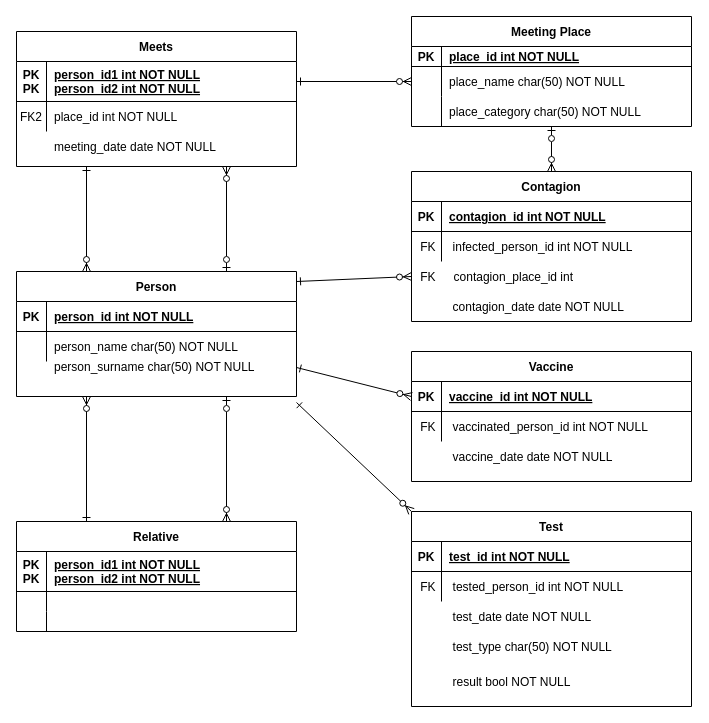
This is relational_model_covid_diagram.drawio from bohbohb/COVID-19-Neo4j, a draw.io file, before an edit. Source tidied: cells renumbered, new cells numbered last; positions are measured from the earlier drawing's top-left corner, leaving out a move shared by most shapes. Both pictures are drawn from the tidied source at 100%, with x=0, y=0 at pixel (16, 16).
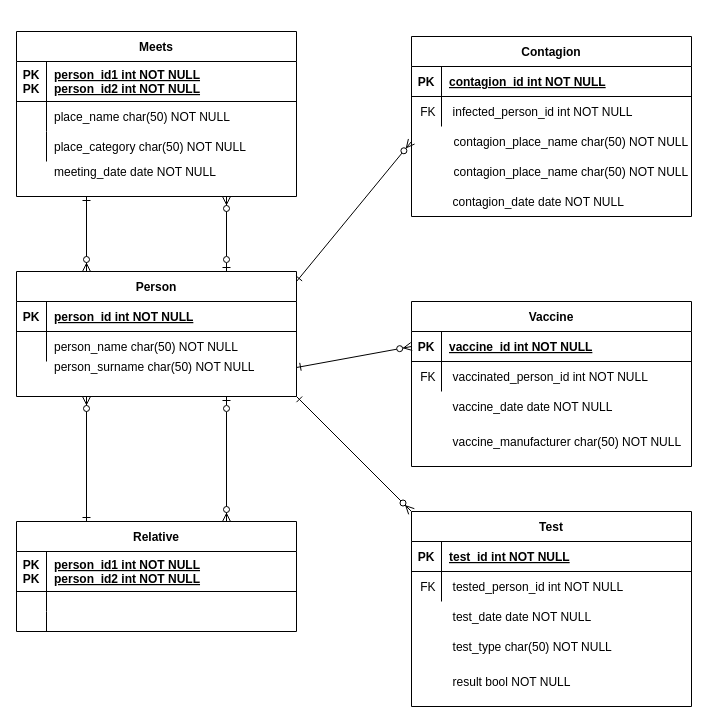
Above is the later version.

Commit message (it also covers changes not shown here):
changed the model and some queries

The change refers to these unchanged cells:
```xml
<mxCell id="5" style="shape=partialRectangle;fillColor=none;points=[[0,0.5],[1,0.5]];portConstraint=eastwest;top=0;left=0;right=0;bottom=1;" parent="4" vertex="1">
  <mxGeometry y="30" width="280" height="40" as="geometry" />
</mxCell>
<mxCell id="21" value="Person" style="shape=table;startSize=30;childLayout=tableLayout;rowLines=0;fontStyle=1;align=center;" parent="1" vertex="1">
  <mxGeometry y="255" width="280" height="125" as="geometry" />
</mxCell>
<mxCell id="73" value="Test" style="shape=table;startSize=30;childLayout=tableLayout;rowLines=0;fontStyle=1;align=center;" parent="1" vertex="1">
  <mxGeometry x="395" y="495" width="280" height="195" as="geometry" />
</mxCell>
```

Change to the diagram source:
```diff
@@
-    <mxCell id="3" style="endArrow=ERzeroToMany;startArrow=ERone;endFill=1;startFill=0;" parent="1" edge="1" source="5" target="15">
-      <mxGeometry relative="1" as="geometry" />
-    </mxCell>
     <mxCell id="4" value="Meets" style="shape=table;startSize=30;childLayout=tableLayout;rowLines=0;fontStyle=1;align=center;" parent="1" vertex="1">
-      <mxGeometry y="15" width="280" height="135" as="geometry" />
+      <mxGeometry y="15" width="280" height="165" as="geometry" />
     </mxCell>
@@
+    <mxCell id="97" style="shape=partialRectangle;fillColor=none;top=0;left=0;right=0;bottom=0;" parent="4" vertex="1">
+      <mxGeometry y="70" width="280" height="30" as="geometry" />
+    </mxCell>
+    <mxCell id="98" style="shape=partialRectangle;overflow=hidden;fillColor=none;top=0;left=0;bottom=0;right=0;" parent="97" vertex="1">
+      <mxGeometry width="30" height="30" as="geometry" />
+    </mxCell>
+    <mxCell id="17" value="place_name char(50) NOT NULL" style="shape=partialRectangle;overflow=hidden;fillColor=none;top=0;left=0;bottom=0;right=0;align=left;spacingLeft=6;" parent="97" vertex="1">
+      <mxGeometry x="30" width="250" height="30" as="geometry" />
+    </mxCell>
     <mxCell id="8" style="shape=partialRectangle;fillColor=none;top=0;left=0;right=0;bottom=0;" parent="4" vertex="1">
-      <mxGeometry y="70" width="280" height="30" as="geometry" />
+      <mxGeometry y="100" width="280" height="30" as="geometry" />
     </mxCell>
-    <mxCell id="9" value="FK2" style="shape=partialRectangle;overflow=hidden;fillColor=none;top=0;left=0;bottom=0;right=0;" parent="8" vertex="1">
+    <mxCell id="9" style="shape=partialRectangle;overflow=hidden;fillColor=none;top=0;left=0;bottom=0;right=0;" parent="8" vertex="1">
       <mxGeometry width="30" height="30" as="geometry" />
     </mxCell>
-    <mxCell id="10" value="place_id int NOT NULL" style="shape=partialRectangle;overflow=hidden;fillColor=none;top=0;left=0;bottom=0;right=0;align=left;spacingLeft=6;" parent="8" vertex="1">
+    <mxCell id="10" value="place_category char(50) NOT NULL" style="shape=partialRectangle;overflow=hidden;fillColor=none;top=0;left=0;bottom=0;right=0;align=left;spacingLeft=6;" parent="8" vertex="1">
       <mxGeometry x="30" width="250" height="30" as="geometry" />
     </mxCell>
-    <mxCell id="11" value="Meeting Place" style="shape=table;startSize=30;childLayout=tableLayout;rowLines=0;fontStyle=1;align=center;" parent="1" vertex="1">
-      <mxGeometry x="395" width="280" height="110" as="geometry" />
-    </mxCell>
-    <mxCell id="12" style="shape=partialRectangle;fillColor=none;top=0;left=0;right=0;bottom=1;" parent="11" vertex="1">
-      <mxGeometry y="30" width="280" height="20" as="geometry" />
-    </mxCell>
-    <mxCell id="13" value="PK" style="shape=partialRectangle;overflow=hidden;fillColor=none;top=0;left=0;bottom=0;right=0;fontStyle=1;" parent="12" vertex="1">
-      <mxGeometry width="30" height="20" as="geometry" />
-    </mxCell>
-    <mxCell id="14" value="place_id int NOT NULL " style="shape=partialRectangle;overflow=hidden;fillColor=none;top=0;left=0;bottom=0;right=0;align=left;spacingLeft=6;fontStyle=5;" parent="12" vertex="1">
-      <mxGeometry x="30" width="250" height="20" as="geometry" />
-    </mxCell>
-    <mxCell id="15" style="shape=partialRectangle;fillColor=none;points=[[0,0.5],[1,0.5]];portConstraint=eastwest;top=0;left=0;right=0;bottom=0;" parent="11" vertex="1">
-      <mxGeometry y="50" width="280" height="30" as="geometry" />
-    </mxCell>
-    <mxCell id="16" style="shape=partialRectangle;overflow=hidden;fillColor=none;top=0;left=0;bottom=0;right=0;" parent="15" vertex="1">
-      <mxGeometry width="30" height="30" as="geometry" />
-    </mxCell>
-    <mxCell id="17" value="place_name char(50) NOT NULL" style="shape=partialRectangle;overflow=hidden;fillColor=none;top=0;left=0;bottom=0;right=0;align=left;spacingLeft=6;" parent="15" vertex="1">
-      <mxGeometry x="30" width="250" height="30" as="geometry" />
-    </mxCell>
-    <mxCell id="18" style="shape=partialRectangle;fillColor=none;points=[[0,0.5],[1,0.5]];portConstraint=eastwest;top=0;left=0;right=0;bottom=0;" parent="11" vertex="1">
-      <mxGeometry y="80" width="280" height="30" as="geometry" />
-    </mxCell>
-    <mxCell id="19" style="shape=partialRectangle;overflow=hidden;fillColor=none;top=0;left=0;bottom=0;right=0;" parent="18" vertex="1">
-      <mxGeometry width="30" height="30" as="geometry" />
-    </mxCell>
-    <mxCell id="20" value="place_category char(50) NOT NULL" style="shape=partialRectangle;overflow=hidden;fillColor=none;top=0;left=0;bottom=0;right=0;align=left;spacingLeft=6;" parent="18" vertex="1">
-      <mxGeometry x="30" width="250" height="30" as="geometry" />
-    </mxCell>
@@
     <mxCell id="40" style="shape=partialRectangle;fillColor=none;top=0;left=0;right=0;bottom=0;" parent="1" vertex="1">
-      <mxGeometry y="115" width="250" height="30" as="geometry" />
+      <mxGeometry y="140" width="250" height="30" as="geometry" />
     </mxCell>
@@
     <mxCell id="45" value="Contagion" style="shape=table;startSize=30;childLayout=tableLayout;rowLines=0;fontStyle=1;align=center;" parent="1" vertex="1">
-      <mxGeometry x="395" y="155" width="280" height="150" as="geometry" />
+      <mxGeometry x="395" y="20" width="280" height="180" as="geometry" />
     </mxCell>
@@
     <mxCell id="52" style="shape=partialRectangle;fillColor=none;top=0;left=0;right=0;bottom=0;" parent="1" vertex="1">
-      <mxGeometry x="395" y="215" width="280" height="30" as="geometry" />
+      <mxGeometry x="395" y="80" width="280" height="30" as="geometry" />
     </mxCell>
@@
     <mxCell id="55" style="shape=partialRectangle;fillColor=none;points=[[0,0.5],[1,0.5]];portConstraint=eastwest;top=0;left=0;right=0;bottom=0;" parent="1" vertex="1">
-      <mxGeometry x="395" y="245" width="280" height="30" as="geometry" />
+      <mxGeometry x="395" y="110" width="280" height="30" as="geometry" />
     </mxCell>
-    <mxCell id="56" value="FK" style="shape=partialRectangle;overflow=hidden;fillColor=none;top=0;left=0;bottom=0;right=0;" parent="55" vertex="1">
+    <mxCell id="56" style="shape=partialRectangle;overflow=hidden;fillColor=none;top=0;left=0;bottom=0;right=0;" parent="55" vertex="1">
       <mxGeometry width="33.6" height="30" as="geometry" />
     </mxCell>
-    <mxCell id="57" value="contagion_place_id int" style="shape=partialRectangle;overflow=hidden;fillColor=none;top=0;left=0;bottom=0;right=0;align=left;spacingLeft=6;" parent="55" vertex="1">
+    <mxCell id="57" value="contagion_place_name char(50) NOT NULL" style="shape=partialRectangle;overflow=hidden;fillColor=none;top=0;left=0;bottom=0;right=0;align=left;spacingLeft=6;" parent="55" vertex="1">
       <mxGeometry x="34.6" width="246.4" height="30" as="geometry" />
     </mxCell>
-    <mxCell id="58" style="endArrow=ERzeroToMany;startArrow=ERone;endFill=1;startFill=0;" parent="1" edge="1">
+    <mxCell id="58" style="endArrow=ERzeroToMany;startArrow=ERone;endFill=1;startFill=0;entryX=0;entryY=0.5;entryDx=0;entryDy=0;" parent="1" edge="1" target="55">
       <mxGeometry relative="1" as="geometry">
         <mxPoint x="280" y="265" as="sourcePoint" />
-        <mxPoint x="395" y="260" as="targetPoint" />
       </mxGeometry>
     </mxCell>
     <mxCell id="59" value="Vaccine" style="shape=table;startSize=30;childLayout=tableLayout;rowLines=0;fontStyle=1;align=center;" parent="1" vertex="1">
-      <mxGeometry x="395" y="335" width="280" height="130" as="geometry" />
+      <mxGeometry x="395" y="285" width="280" height="165" as="geometry" />
     </mxCell>
@@
     <mxCell id="66" style="shape=partialRectangle;fillColor=none;top=0;left=0;right=0;bottom=0;" parent="1" vertex="1">
-      <mxGeometry x="395" y="395" width="280" height="30" as="geometry" />
+      <mxGeometry x="395" y="345" width="280" height="30" as="geometry" />
     </mxCell>
@@
     <mxCell id="69" style="shape=partialRectangle;fillColor=none;top=0;left=0;right=0;bottom=0;" parent="1" vertex="1">
-      <mxGeometry x="395" y="425" width="280" height="30" as="geometry" />
+      <mxGeometry x="395" y="375" width="280" height="30" as="geometry" />
     </mxCell>
@@
-    <mxCell id="86" style="endArrow=ERzeroToMany;startArrow=ERone;endFill=1;startFill=0;exitX=1.011;exitY=0.065;exitDx=0;exitDy=0;entryX=0;entryY=0;entryDx=0;entryDy=0;exitPerimeter=0;" parent="1" edge="1" target="73">
-      <mxGeometry relative="1" as="geometry">
-        <mxPoint x="280" y="386" as="sourcePoint" />
-      </mxGeometry>
+    <mxCell id="86" style="endArrow=ERzeroToMany;startArrow=ERone;endFill=1;startFill=0;exitX=1;exitY=1;exitDx=0;exitDy=0;entryX=0;entryY=0;entryDx=0;entryDy=0;" parent="1" edge="1" source="21" target="73">
+      <mxGeometry relative="1" as="geometry" />
     </mxCell>
@@
     <mxCell id="90" style="shape=partialRectangle;fillColor=none;top=0;left=0;right=0;bottom=0;" parent="1" vertex="1">
-      <mxGeometry x="395" y="275" width="280" height="30" as="geometry" />
+      <mxGeometry x="395" y="170" width="280" height="30" as="geometry" />
     </mxCell>
@@
-    <mxCell id="93" style="endArrow=ERzeroToMany;startArrow=ERzeroToOne;endFill=1;startFill=0;entryX=0.5;entryY=0;entryDx=0;entryDy=0;" parent="1" edge="1" source="18" target="45">
-      <mxGeometry relative="1" as="geometry" />
-    </mxCell>
@@
+    <mxCell id="99" style="shape=partialRectangle;fillColor=none;top=0;left=0;right=0;bottom=0;" parent="1" vertex="1">
+      <mxGeometry x="395" y="140" width="280" height="30" as="geometry" />
+    </mxCell>
+    <mxCell id="100" style="shape=partialRectangle;overflow=hidden;fillColor=none;top=0;left=0;bottom=0;right=0;" parent="99" vertex="1">
+      <mxGeometry width="33.6" height="30" as="geometry" />
+    </mxCell>
+    <mxCell id="101" value="contagion_place_name char(50) NOT NULL" style="shape=partialRectangle;overflow=hidden;fillColor=none;top=0;left=0;bottom=0;right=0;align=left;spacingLeft=6;" parent="99" vertex="1">
+      <mxGeometry x="34.6" width="246.4" height="30" as="geometry" />
+    </mxCell>
+    <mxCell id="102" style="shape=partialRectangle;fillColor=none;top=0;left=0;right=0;bottom=0;" parent="1" vertex="1">
+      <mxGeometry x="395" y="410" width="280" height="30" as="geometry" />
+    </mxCell>
+    <mxCell id="103" style="shape=partialRectangle;overflow=hidden;fillColor=none;top=0;left=0;bottom=0;right=0;" parent="102" vertex="1">
+      <mxGeometry width="33.6" height="30" as="geometry" />
+    </mxCell>
+    <mxCell id="104" value="vaccine_manufacturer char(50) NOT NULL" style="shape=partialRectangle;overflow=hidden;fillColor=none;top=0;left=0;bottom=0;right=0;align=left;spacingLeft=6;" parent="102" vertex="1">
+      <mxGeometry x="33.6" width="246.4" height="30" as="geometry" />
+    </mxCell>
```
